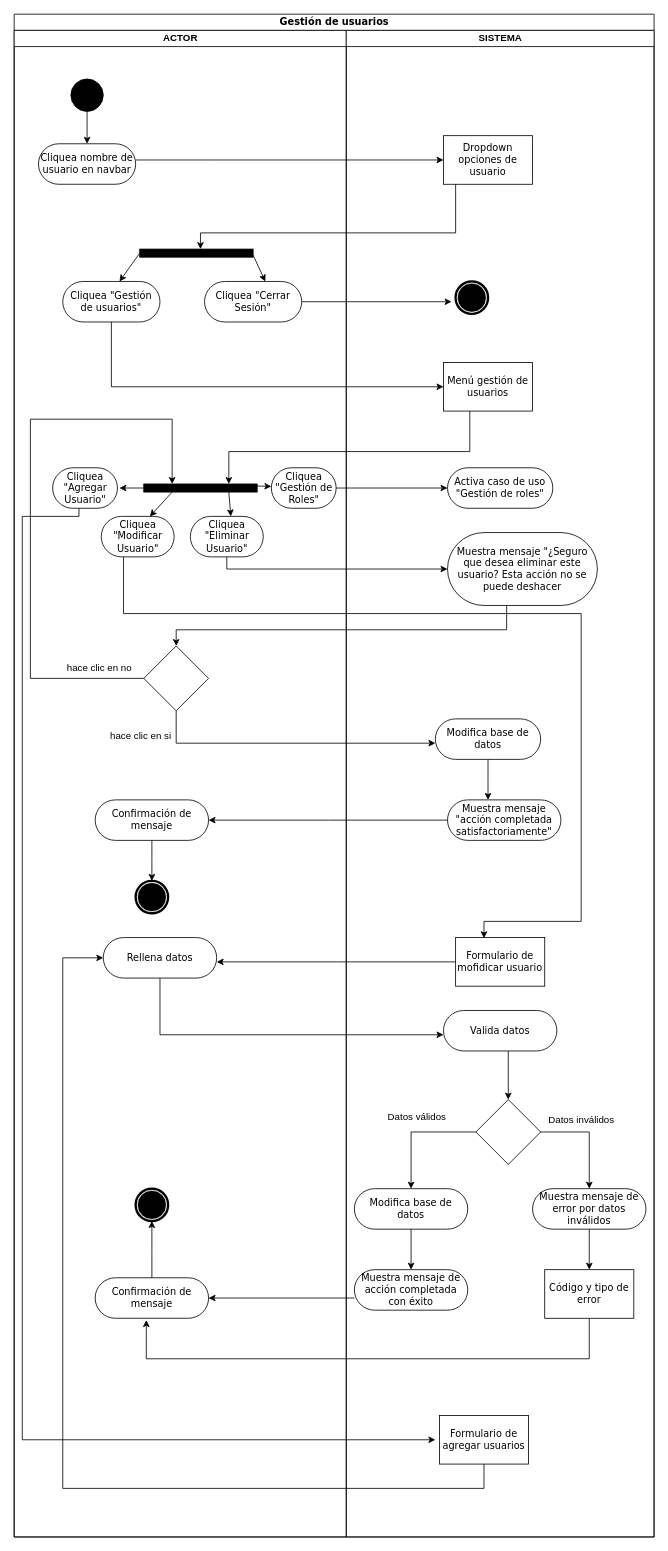
The draw.io diagram MET/Gestion de usuarios.drawio in NeutronBlast/IS-Ex, before the edit. Source tidied: cells renumbered, new cells numbered last; positions are measured from the earlier drawing's top-left corner, leaving out a move shared by most shapes. Both pictures are drawn from the tidied source at 81%, with x=0, y=0 at pixel (14, 14).
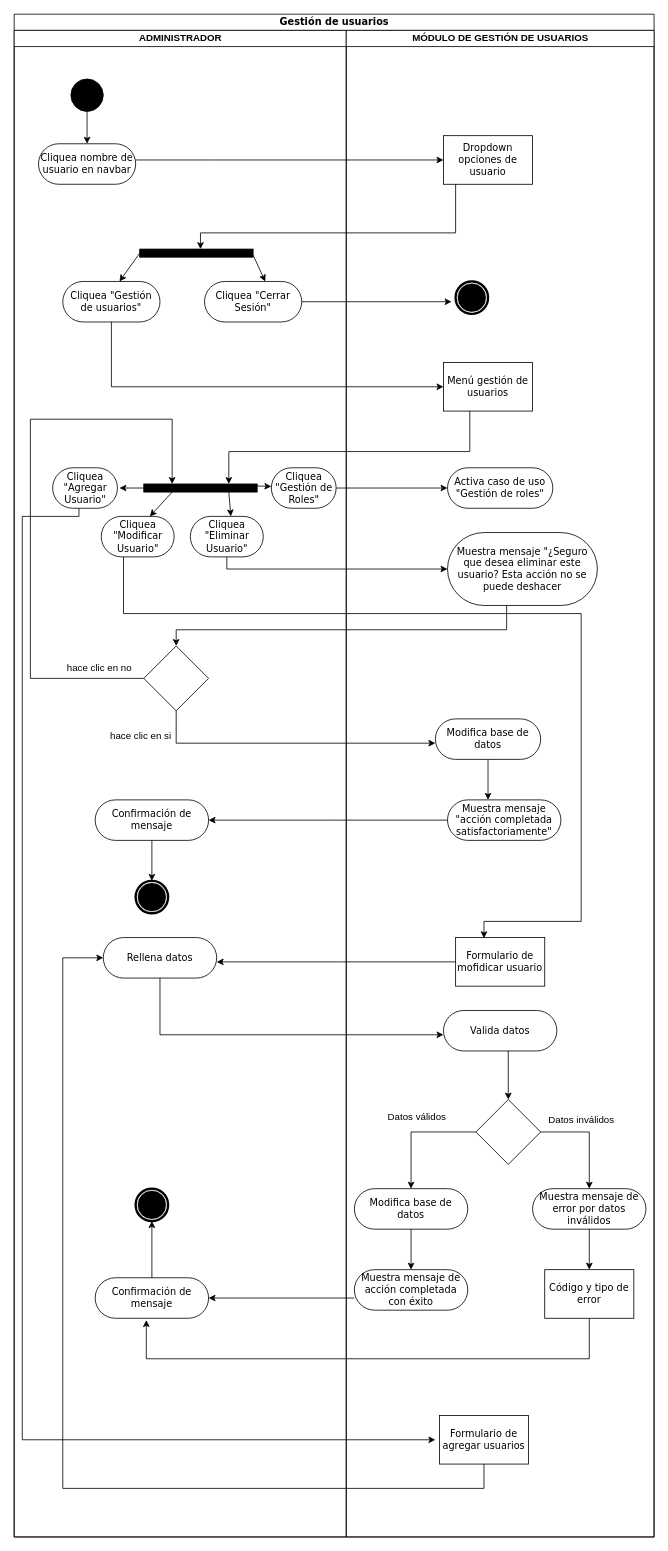
The same page after the edit.

The change refers to these unchanged cells:
```xml
<mxCell id="2" value="Gestión de usuarios" style="swimlane;html=1;startSize=20;rounded=0;shadow=0;comic=0;labelBackgroundColor=none;strokeWidth=1;fontFamily=Verdana;fontSize=12;align=center;" parent="1" vertex="1">
  <mxGeometry width="790" height="1880" as="geometry" />
</mxCell>
```

The edit, as a diff of the source:
```diff
@@
-    <mxCell id="4" value="ACTOR" style="swimlane;html=1;startSize=20;" parent="2" vertex="1">
+    <mxCell id="4" value="ADMINISTRADOR" style="swimlane;html=1;startSize=20;" parent="2" vertex="1">
       <mxGeometry y="20" width="410" height="1860" as="geometry" />
     </mxCell>
@@
-    <mxCell id="27" value="SISTEMA" style="swimlane;html=1;startSize=20;" parent="2" vertex="1">
+    <mxCell id="27" value="MÓDULO DE GESTIÓN DE USUARIOS" style="swimlane;html=1;startSize=20;" parent="2" vertex="1">
       <mxGeometry x="410" y="20" width="380" height="1860" as="geometry" />
     </mxCell>
```
